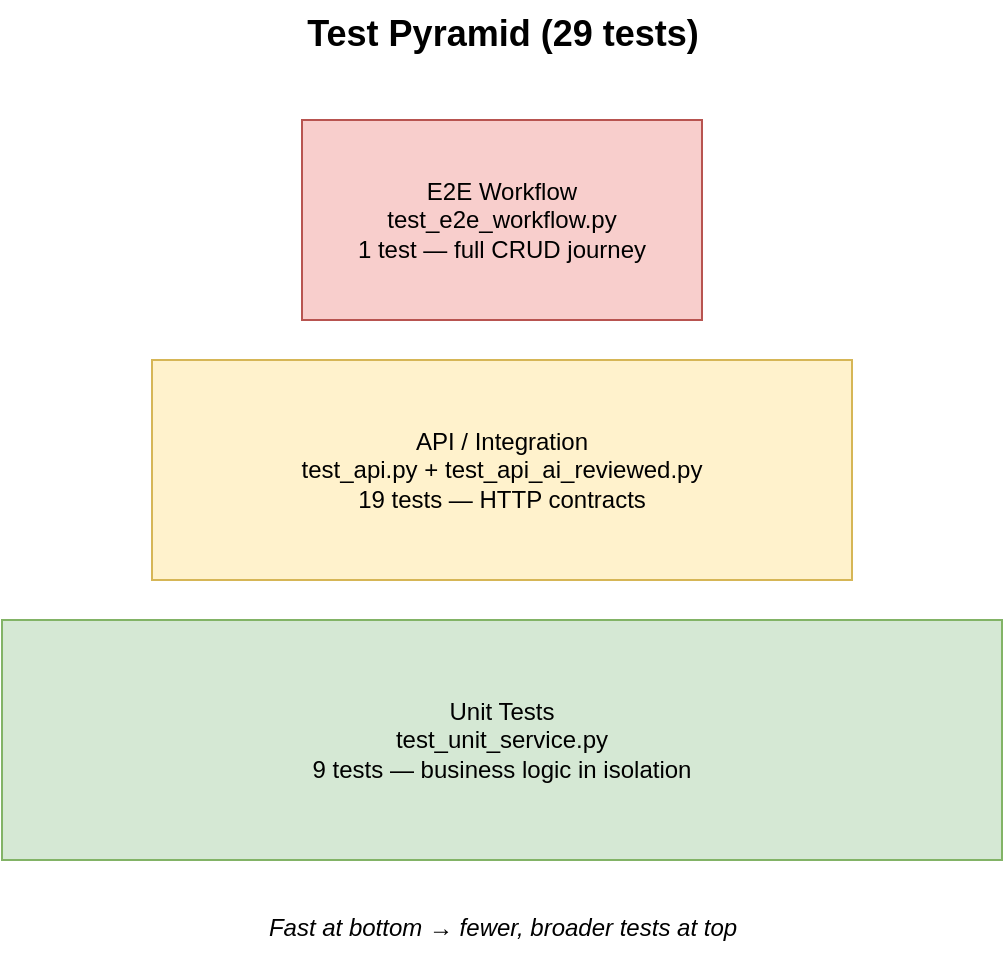
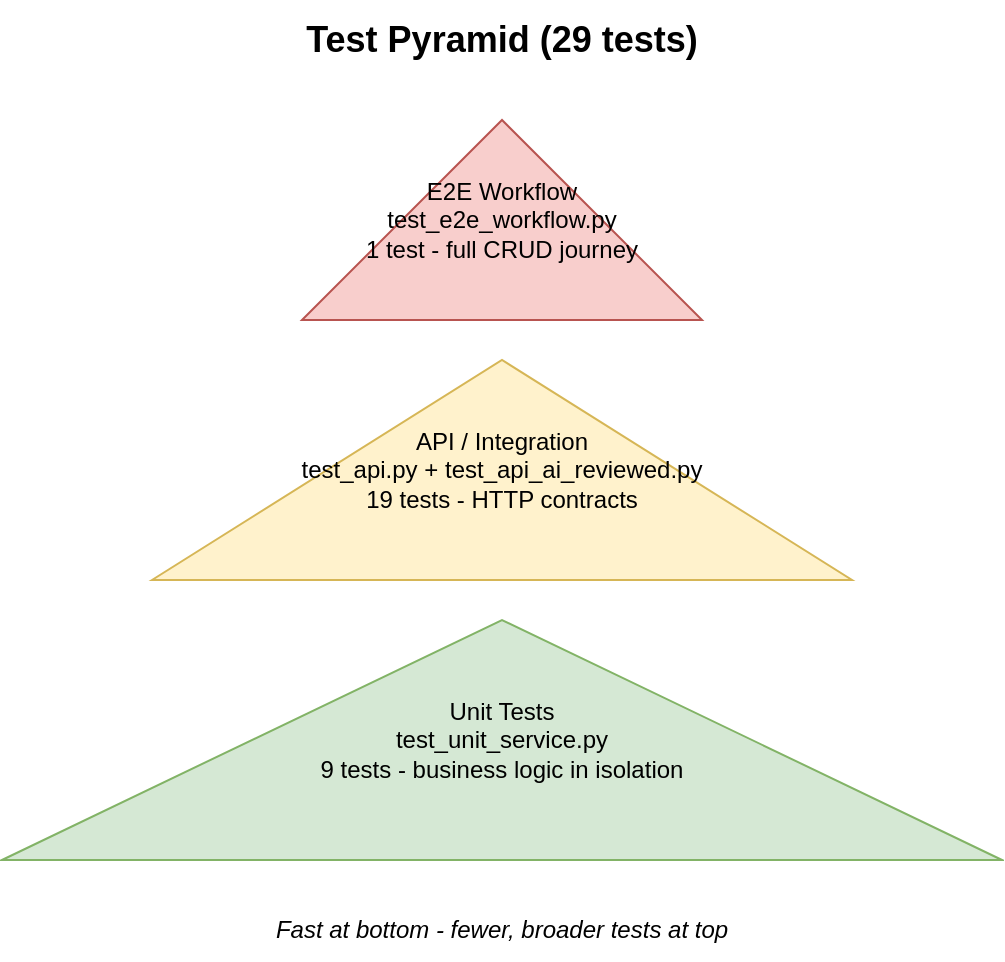
- <mxfile host="app.diagrams.net" agent="sdet-mini-project" version="22.1.0" type="device">
-   <diagram id="test-pyramid" name="Test Pyramid">
+ <mxfile host="app.diagrams.net" modified="2026-07-07T00:00:00.000Z" agent="sdet-mini-project" version="22.1.0" type="device">
+   <diagram name="Test Pyramid" id="test-pyramid-diagram">
    <mxGraphModel dx="1200" dy="800" grid="1" gridSize="10" guides="1" tooltips="1" connect="1" arrows="1" fold="1" page="1" pageScale="1" pageWidth="850" pageHeight="600" math="0" shadow="0">
      <root>
        <mxCell id="0" />
        <mxCell id="1" parent="0" />
-         <mxCell id="title" value="Test Pyramid (29 tests)" style="text;html=1;fontSize=18;fontStyle=1;align=center;" vertex="1" parent="1">
+         <mxCell id="2" value="Test Pyramid (29 tests)" style="text;html=1;strokeColor=none;fillColor=none;align=center;verticalAlign=middle;whiteSpace=wrap;rounded=0;fontSize=18;fontStyle=1;" vertex="1" parent="1">
          <mxGeometry x="250" y="20" width="350" height="40" as="geometry" />
        </mxCell>
-         <mxCell id="e2e" value="E2E Workflow&#xa;test_e2e_workflow.py&#xa;1 test — full CRUD journey" style="shape=mxgraph.basic.triangle;whiteSpace=wrap;html=1;fillColor=#f8cecc;strokeColor=#b85450;direction=north;" vertex="1" parent="1">
+         <mxCell id="3" value="E2E Workflow&#xa;test_e2e_workflow.py&#xa;1 test - full CRUD journey" style="triangle;whiteSpace=wrap;html=1;fillColor=#f8cecc;strokeColor=#b85450;direction=north;" vertex="1" parent="1">
          <mxGeometry x="325" y="80" width="200" height="100" as="geometry" />
        </mxCell>
-         <mxCell id="api" value="API / Integration&#xa;test_api.py + test_api_ai_reviewed.py&#xa;19 tests — HTTP contracts" style="shape=mxgraph.basic.triangle;whiteSpace=wrap;html=1;fillColor=#fff2cc;strokeColor=#d6b656;direction=north;" vertex="1" parent="1">
+         <mxCell id="4" value="API / Integration&#xa;test_api.py + test_api_ai_reviewed.py&#xa;19 tests - HTTP contracts" style="triangle;whiteSpace=wrap;html=1;fillColor=#fff2cc;strokeColor=#d6b656;direction=north;" vertex="1" parent="1">
          <mxGeometry x="250" y="200" width="350" height="110" as="geometry" />
        </mxCell>
-         <mxCell id="unit" value="Unit Tests&#xa;test_unit_service.py&#xa;9 tests — business logic in isolation" style="shape=mxgraph.basic.triangle;whiteSpace=wrap;html=1;fillColor=#d5e8d4;strokeColor=#82b366;direction=north;" vertex="1" parent="1">
+         <mxCell id="5" value="Unit Tests&#xa;test_unit_service.py&#xa;9 tests - business logic in isolation" style="triangle;whiteSpace=wrap;html=1;fillColor=#d5e8d4;strokeColor=#82b366;direction=north;" vertex="1" parent="1">
          <mxGeometry x="175" y="330" width="500" height="120" as="geometry" />
        </mxCell>
-         <mxCell id="note" value="Fast at bottom → fewer, broader tests at top" style="text;html=1;fontSize=12;align=center;fontStyle=2;" vertex="1" parent="1">
+         <mxCell id="6" value="Fast at bottom - fewer, broader tests at top" style="text;html=1;strokeColor=none;fillColor=none;align=center;verticalAlign=middle;whiteSpace=wrap;rounded=0;fontSize=12;fontStyle=2;" vertex="1" parent="1">
          <mxGeometry x="250" y="470" width="350" height="30" as="geometry" />
        </mxCell>
      </root>
    </mxGraphModel>
  </diagram>
</mxfile>
